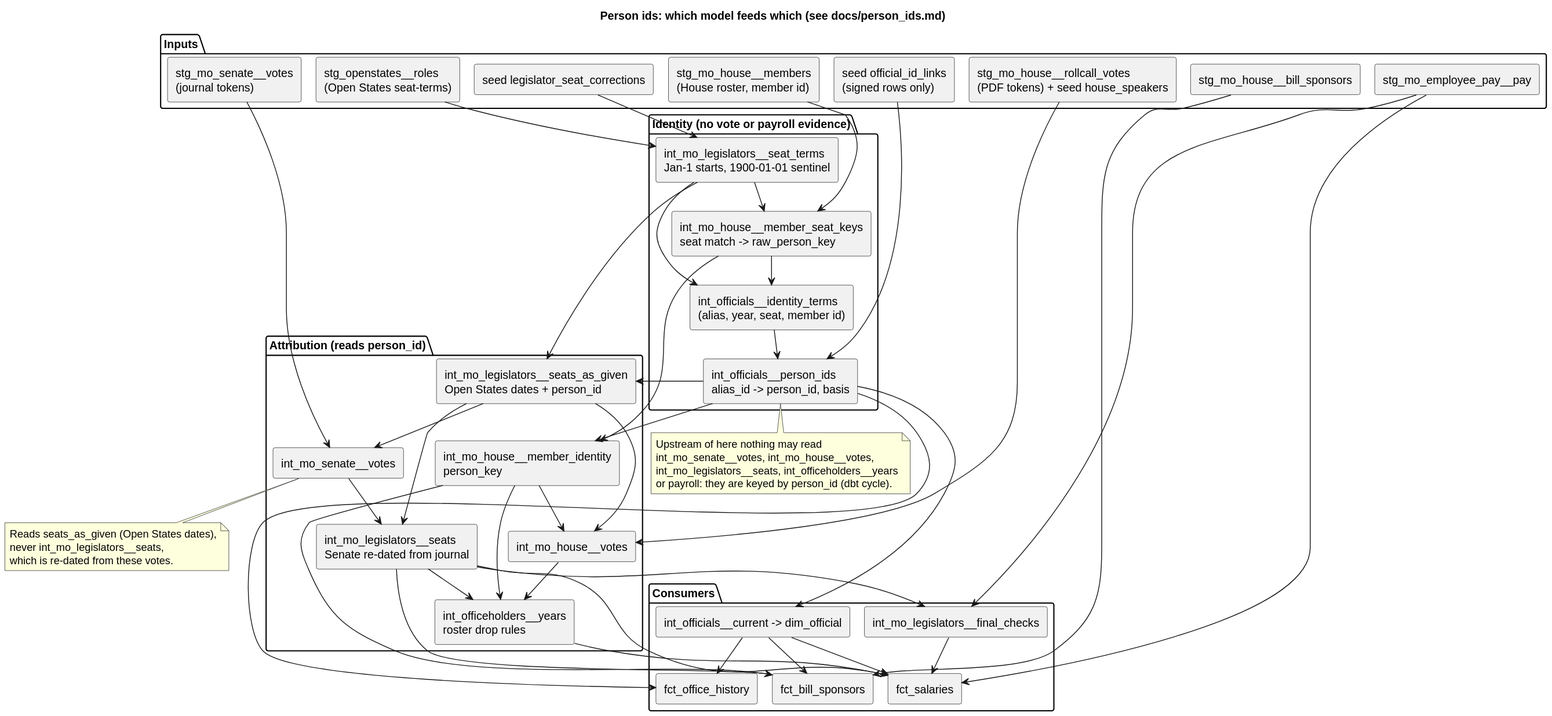
Before: docs/diagrams/person_ids.svg, a diagram exported from PlantUML (akettmann/missouri_gov_feed). Its source is kept beside it as docs/diagrams/person_ids.puml. Source of this version:
```plantuml
@startuml person_ids
title Person ids: which model feeds which (see docs/person_ids.md)
skinparam componentStyle rectangle

package "Inputs" {
  [stg_openstates__roles\n(Open States seat-terms)] as roles
  [seed legislator_seat_corrections] as corr
  [stg_mo_house__members\n(House roster, member id)] as roster
  [seed official_id_links\n(signed rows only)] as links
  [stg_mo_senate__votes\n(journal tokens)] as sjv
  [stg_mo_house__rollcall_votes\n(PDF tokens) + seed house_speakers] as hrv
  [stg_mo_employee_pay__pay] as pay
  [stg_mo_house__bill_sponsors] as spon
}

package "Identity (no vote or payroll evidence)" {
  [int_mo_legislators__seat_terms\nJan-1 starts, 1900-01-01 sentinel] as terms
  [int_mo_house__member_seat_keys\nseat match -> raw_person_key] as keys
  [int_officials__identity_terms\n(alias, year, seat, member id)] as ident
  [int_officials__person_ids\nalias_id -> person_id, basis] as pids
}

package "Attribution (reads person_id)" {
  [int_mo_house__member_identity\nperson_key] as mident
  [int_mo_legislators__seats_as_given\nOpen States dates + person_id] as given
  [int_mo_senate__votes] as svotes
  [int_mo_house__votes] as hvotes
  [int_mo_legislators__seats\nSenate re-dated from journal] as seats
  [int_officeholders__years\nroster drop rules] as years
}

package "Consumers" {
  [int_officials__current -> dim_official] as dim
  [fct_office_history] as hist
  [int_mo_legislators__final_checks] as fchk
  [fct_salaries] as sal
  [fct_bill_sponsors] as bsp
}

roles --> terms
corr --> terms
roster --> keys
terms --> keys
keys --> ident
terms --> ident
ident --> pids
links --> pids

keys --> mident
pids --> mident
terms --> given
pids --> given

sjv --> svotes
given --> svotes
hrv --> hvotes
mident --> hvotes
given --> hvotes

given --> seats
svotes --> seats

mident --> years
seats --> years
hvotes --> years

pids --> dim
pids --> hist
dim --> hist
seats --> fchk
pay --> fchk
pay --> sal
seats --> sal
years --> sal
fchk --> sal
dim --> sal
spon --> bsp
mident --> bsp
seats --> bsp
dim --> bsp

note bottom of pids
  Upstream of here nothing may read
  int_mo_senate~__votes, int_mo_house~__votes,
  int_mo_legislators~__seats, int_officeholders~__years
  or payroll: they are keyed by person_id (dbt cycle).
end note

note bottom of svotes
  Reads seats_as_given (Open States dates),
  never int_mo_legislators~__seats,
  which is re-dated from these votes.
end note
@enduml
```
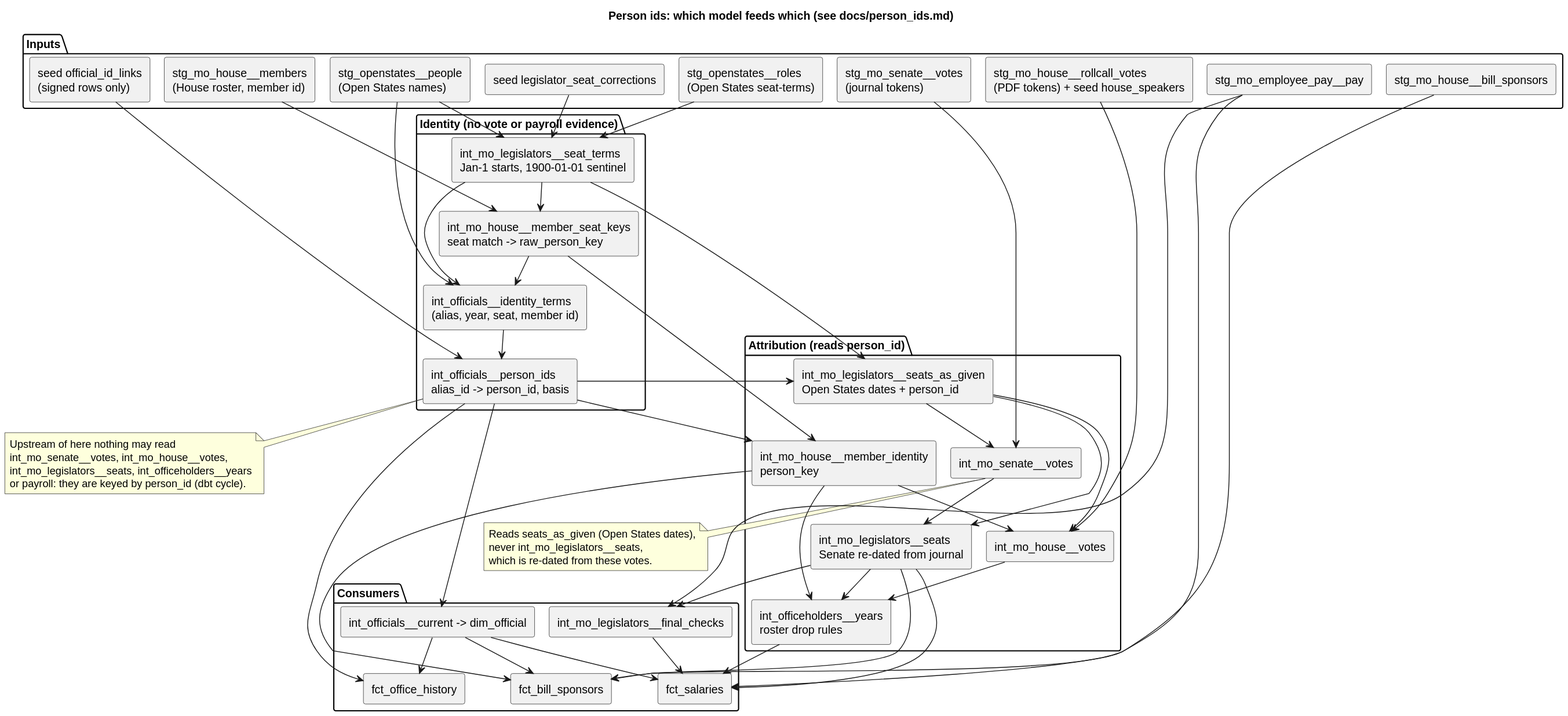
After the commit.

Diff of the diagram source:
```diff
@@ -4,6 +4,7 @@
 
 package "Inputs" {
   [stg_openstates__roles\n(Open States seat-terms)] as roles
+  [stg_openstates__people\n(Open States names)] as people
   [seed legislator_seat_corrections] as corr
   [stg_mo_house__members\n(House roster, member id)] as roster
   [seed official_id_links\n(signed rows only)] as links
@@ -38,6 +39,8 @@
 }
 
 roles --> terms
+people --> terms
+people --> ident
 corr --> terms
 roster --> keys
 terms --> keys
```
